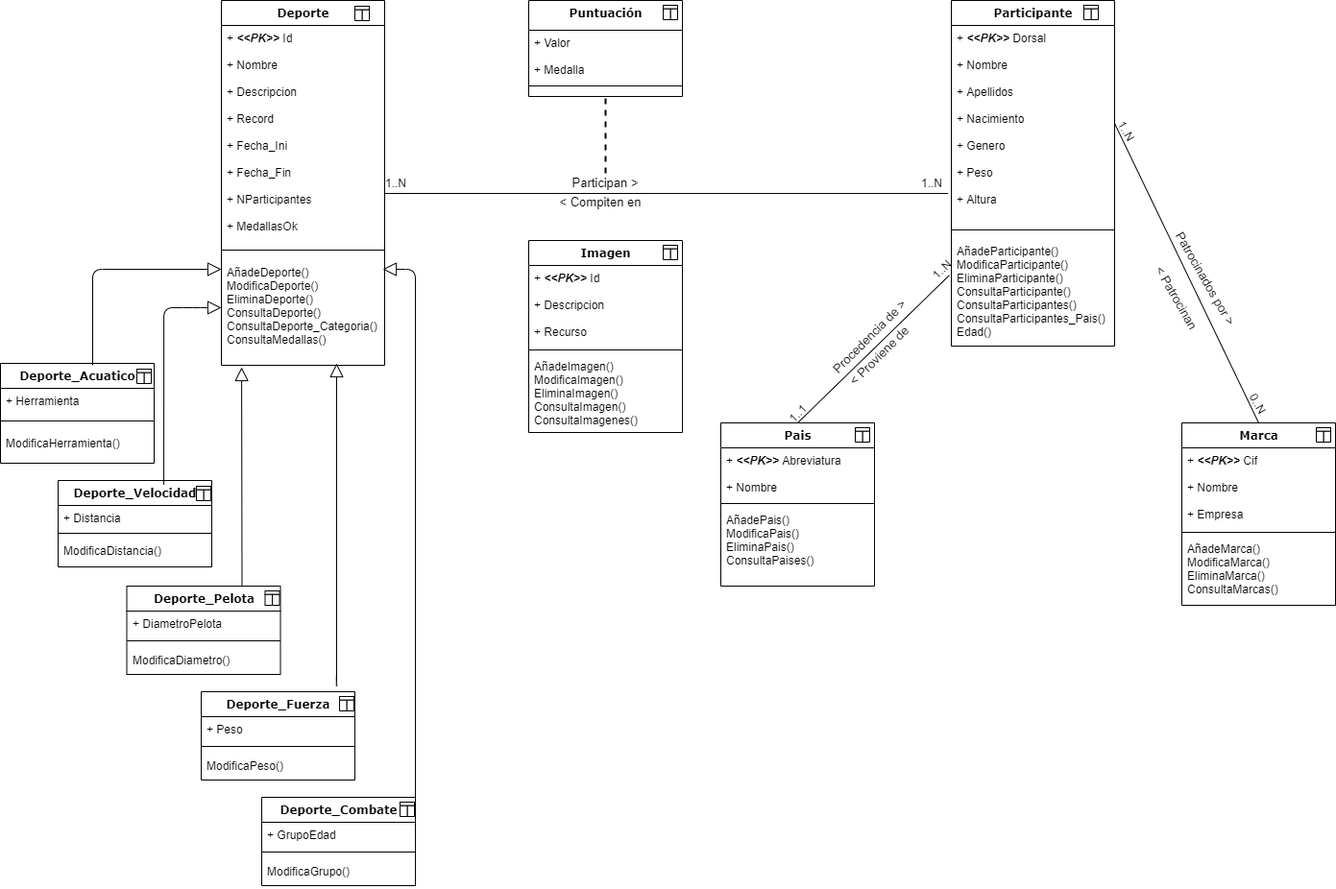
Earlier version of the draw.io export Documentacion/TABD_DiagramaClasesPersistentes.png (Booker141/Olimpicapp). Source tidied: cells renumbered, new cells last; positions are measured from the earlier drawing's top-left corner, leaving out a move shared by most shapes.
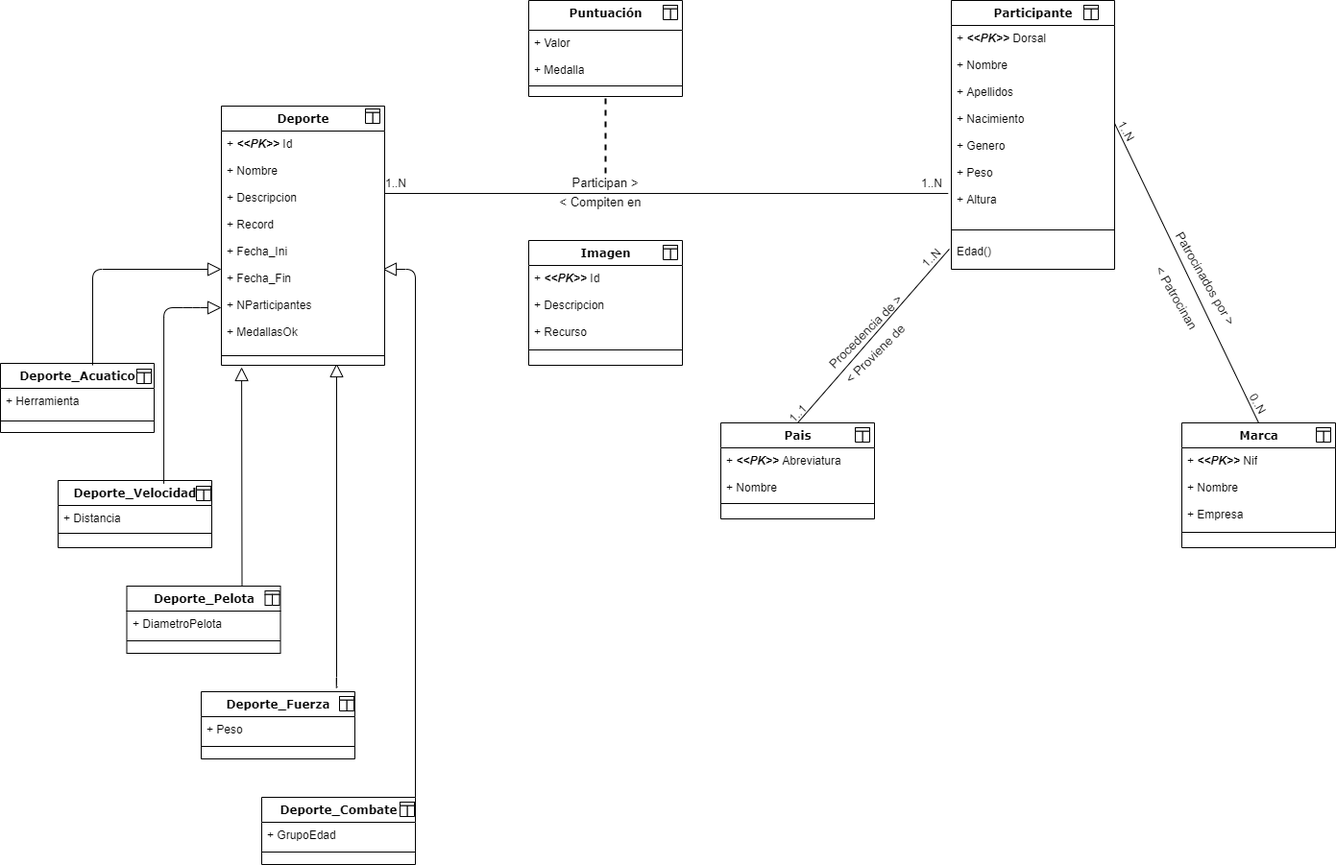
After the commit.

Change to the diagram source:
```diff
@@ -5,3 +5,3 @@
     <mxCell id="2" value="Participante" style="swimlane;html=1;fontStyle=1;align=center;verticalAlign=top;horizontal=1;startSize=26;swimlaneFillColor=#ffffff;rounded=0;shadow=0;comic=0;labelBackgroundColor=none;strokeWidth=1;fillColor=none;fontFamily=Verdana;fontSize=12;" parent="1" vertex="1">
-      <mxGeometry x="990" width="170" height="360" as="geometry" />
+      <mxGeometry x="990" width="170" height="280" as="geometry" />
     </mxCell>
@@ -13,7 +13,7 @@
     </mxCell>
-    <mxCell id="5" value="AñadeParticipante()&lt;br&gt;ModificaParticipante()&lt;br&gt;EliminaParticipante()&lt;br&gt;ConsultaParticipante()&lt;br&gt;ConsultaParticipantes()&lt;br&gt;ConsultaParticipantes_Pais()&lt;br&gt;Edad()" style="text;html=1;strokeColor=none;fillColor=none;align=left;verticalAlign=top;spacingLeft=4;spacingRight=4;whiteSpace=wrap;overflow=hidden;points=[[0,0.5],[1,0.5]];portConstraint=eastwest;" parent="2" vertex="1">
-      <mxGeometry y="248" width="170" height="112" as="geometry" />
+    <mxCell id="5" value="Edad()" style="text;html=1;strokeColor=none;fillColor=none;align=left;verticalAlign=top;spacingLeft=4;spacingRight=4;whiteSpace=wrap;overflow=hidden;points=[[0,0.5],[1,0.5]];portConstraint=eastwest;" parent="2" vertex="1">
+      <mxGeometry y="248" width="170" height="32" as="geometry" />
     </mxCell>
     <mxCell id="6" value="Pais" style="swimlane;html=1;fontStyle=1;align=center;verticalAlign=top;horizontal=1;startSize=26;swimlaneFillColor=#ffffff;rounded=0;shadow=0;comic=0;labelBackgroundColor=none;strokeWidth=1;fillColor=none;fontFamily=Verdana;fontSize=12;" parent="1" vertex="1">
-      <mxGeometry x="750" y="440" width="160" height="170" as="geometry" />
+      <mxGeometry x="750" y="440" width="160" height="100" as="geometry" />
     </mxCell>
@@ -25,9 +25,6 @@
     </mxCell>
-    <mxCell id="9" value="AñadePais()&lt;br&gt;ModificaPais()&lt;br&gt;EliminaPais()&lt;br&gt;ConsultaPaises()" style="text;html=1;strokeColor=none;fillColor=none;align=left;verticalAlign=top;spacingLeft=4;spacingRight=4;whiteSpace=wrap;overflow=hidden;" parent="6" vertex="1">
-      <mxGeometry y="88" width="160" height="72" as="geometry" />
-    </mxCell>
     <mxCell id="10" value="Marca" style="swimlane;html=1;fontStyle=1;align=center;verticalAlign=top;horizontal=1;startSize=26;swimlaneFillColor=#ffffff;rounded=0;shadow=0;comic=0;labelBackgroundColor=none;strokeWidth=1;fillColor=none;fontFamily=Verdana;fontSize=12;" parent="1" vertex="1">
-      <mxGeometry x="1230" y="440" width="160" height="190" as="geometry" />
+      <mxGeometry x="1230" y="440" width="160" height="130" as="geometry" />
     </mxCell>
-    <mxCell id="11" value="+ &lt;i&gt;&lt;b&gt;&amp;lt;&amp;lt;PK&amp;gt;&amp;gt;&lt;/b&gt;&lt;/i&gt; Cif&lt;br&gt;&lt;br&gt;+ Nombre&lt;br&gt;&lt;br&gt;+ Empresa" style="text;html=1;strokeColor=none;fillColor=none;align=left;verticalAlign=top;spacingLeft=4;spacingRight=4;whiteSpace=wrap;overflow=hidden;" parent="10" vertex="1">
+    <mxCell id="11" value="+ &lt;i&gt;&lt;b&gt;&amp;lt;&amp;lt;PK&amp;gt;&amp;gt;&lt;/b&gt;&lt;/i&gt;&amp;nbsp;Nif&lt;br&gt;&lt;br&gt;+ Nombre&lt;br&gt;&lt;br&gt;+ Empresa" style="text;html=1;strokeColor=none;fillColor=none;align=left;verticalAlign=top;spacingLeft=4;spacingRight=4;whiteSpace=wrap;overflow=hidden;" parent="10" vertex="1">
       <mxGeometry y="26" width="160" height="84" as="geometry" />
@@ -37,5 +34,2 @@
     </mxCell>
-    <mxCell id="13" value="AñadeMarca()&lt;br&gt;ModificaMarca()&lt;br&gt;EliminaMarca()&lt;br&gt;ConsultaMarcas()" style="text;html=1;strokeColor=none;fillColor=none;align=left;verticalAlign=top;spacingLeft=4;spacingRight=4;whiteSpace=wrap;overflow=hidden;" parent="10" vertex="1">
-      <mxGeometry y="118" width="160" height="72" as="geometry" />
-    </mxCell>
     <mxCell id="14" style="endArrow=none;html=1;entryX=-0.019;entryY=0.858;entryDx=0;entryDy=0;entryPerimeter=0;" parent="1" edge="1" target="3">
@@ -58,6 +52,6 @@
     <mxCell id="19" value="&lt;font style=&quot;font-size: 13px&quot;&gt;Procedencia de &amp;gt;&lt;/font&gt;" style="text;html=1;strokeColor=none;fillColor=none;align=center;verticalAlign=middle;whiteSpace=wrap;rounded=0;rotation=-45;" parent="1" vertex="1">
-      <mxGeometry x="840" y="340" width="130" height="20" as="geometry" />
+      <mxGeometry x="836" y="335" width="130" height="20" as="geometry" />
     </mxCell>
     <mxCell id="20" value="&lt;font style=&quot;font-size: 13px&quot;&gt;&amp;lt; Proviene de&lt;/font&gt;" style="text;html=1;strokeColor=none;fillColor=none;align=center;verticalAlign=middle;whiteSpace=wrap;rounded=0;rotation=-45;" parent="1" vertex="1">
-      <mxGeometry x="850" y="360" width="130" height="20" as="geometry" />
+      <mxGeometry x="846" y="358" width="130" height="20" as="geometry" />
     </mxCell>
@@ -70,3 +64,3 @@
     <mxCell id="23" value="Imagen" style="swimlane;html=1;fontStyle=1;align=center;verticalAlign=top;horizontal=1;startSize=26;swimlaneFillColor=#ffffff;rounded=0;shadow=0;comic=0;labelBackgroundColor=none;strokeWidth=1;fillColor=none;fontFamily=Verdana;fontSize=12;" parent="1" vertex="1">
-      <mxGeometry x="550" y="250" width="160" height="200" as="geometry" />
+      <mxGeometry x="550" y="250" width="160" height="130" as="geometry" />
     </mxCell>
@@ -78,5 +72,2 @@
     </mxCell>
-    <mxCell id="26" value="AñadeImagen()&lt;br&gt;ModificaImagen()&lt;br&gt;EliminaImagen()&lt;br&gt;ConsultaImagen()&lt;br&gt;ConsultaImagenes()" style="text;html=1;strokeColor=none;fillColor=none;align=left;verticalAlign=top;spacingLeft=4;spacingRight=4;whiteSpace=wrap;overflow=hidden;" parent="23" vertex="1">
-      <mxGeometry y="118" width="160" height="82" as="geometry" />
-    </mxCell>
     <mxCell id="27" value="0..N" style="text;html=1;strokeColor=none;fillColor=none;align=center;verticalAlign=middle;whiteSpace=wrap;rounded=0;rotation=60;" parent="1" vertex="1">
@@ -97,3 +88,3 @@
     <mxCell id="32" value="1..N" style="text;html=1;strokeColor=none;fillColor=none;align=center;verticalAlign=middle;whiteSpace=wrap;rounded=0;rotation=-45;" parent="1" vertex="1">
-      <mxGeometry x="960" y="270" width="40" height="20" as="geometry" />
+      <mxGeometry x="949" y="258" width="40" height="20" as="geometry" />
     </mxCell>
@@ -137,14 +128,2 @@
     </mxCell>
-    <mxCell id="45" style="group;" parent="1" vertex="1">
-      <mxGeometry x="369" y="6" width="15" height="15" as="geometry" />
-    </mxCell>
-    <mxCell id="46" style="verticalLabelPosition=bottom;verticalAlign=top;html=1;shape=mxgraph.basic.rect;fillColor2=none;strokeWidth=1;size=20;indent=5;" parent="45" vertex="1">
-      <mxGeometry width="15" height="3.8" as="geometry" />
-    </mxCell>
-    <mxCell id="47" style="verticalLabelPosition=bottom;verticalAlign=top;html=1;shape=mxgraph.basic.rect;fillColor2=none;strokeWidth=1;size=20;indent=5;direction=south;" parent="45" vertex="1">
-      <mxGeometry x="7.5" y="3.8" width="7.5" height="11.2" as="geometry" />
-    </mxCell>
-    <mxCell id="48" style="verticalLabelPosition=bottom;verticalAlign=top;html=1;shape=mxgraph.basic.rect;fillColor2=none;strokeWidth=1;size=20;indent=5;direction=south;" parent="45" vertex="1">
-      <mxGeometry y="3.8" width="7.5" height="11.2" as="geometry" />
-    </mxCell>
     <mxCell id="49" style="group;" parent="1" vertex="1">
@@ -185,14 +164,2 @@
     </mxCell>
-    <mxCell id="61" value="Deporte" style="swimlane;html=1;fontStyle=1;align=center;verticalAlign=top;horizontal=1;startSize=26;swimlaneFillColor=#ffffff;rounded=0;shadow=0;comic=0;labelBackgroundColor=none;strokeWidth=1;fillColor=none;fontFamily=Verdana;fontSize=12;" parent="1" vertex="1">
-      <mxGeometry x="230" width="170" height="380" as="geometry" />
-    </mxCell>
-    <mxCell id="62" value="+ &lt;i&gt;&lt;b&gt;&amp;lt;&amp;lt;PK&amp;gt;&amp;gt;&lt;/b&gt;&lt;/i&gt; Id&lt;br&gt;&lt;br&gt;+ Nombre&lt;br&gt;&lt;br&gt;+ Descripcion&lt;br&gt;&lt;br&gt;+ Record&lt;br&gt;&lt;br&gt;+ Fecha_Ini&lt;br&gt;&lt;br&gt;+ Fecha_Fin&lt;br&gt;&lt;br&gt;+ NParticipantes&lt;br&gt;&lt;br&gt;+ MedallasOk" style="text;html=1;strokeColor=none;fillColor=none;align=left;verticalAlign=top;spacingLeft=4;spacingRight=4;whiteSpace=wrap;overflow=hidden;" parent="61" vertex="1">
-      <mxGeometry y="26" width="170" height="224" as="geometry" />
-    </mxCell>
-    <mxCell id="63" style="line;html=1;strokeWidth=1;fillColor=none;align=left;verticalAlign=middle;spacingTop=-1;spacingLeft=3;spacingRight=3;labelPosition=right;" parent="61" vertex="1">
-      <mxGeometry y="250" width="170" height="20" as="geometry" />
-    </mxCell>
-    <mxCell id="64" value="AñadeDeporte()&lt;br&gt;ModificaDeporte()&lt;br&gt;EliminaDeporte()&lt;br&gt;ConsultaDeporte()&lt;br&gt;ConsultaDeporte_Categoria()&lt;br&gt;ConsultaMedallas()" style="text;html=1;strokeColor=none;fillColor=none;align=left;verticalAlign=top;spacingLeft=4;spacingRight=4;whiteSpace=wrap;overflow=hidden;points=[[0,0.5],[1,0.5]];portConstraint=eastwest;" parent="61" vertex="1">
-      <mxGeometry y="270" width="170" height="110" as="geometry" />
-    </mxCell>
     <mxCell id="65" style="edgeStyle=segmentEdgeStyle;endArrow=block;html=1;strokeWidth=1;endFill=0;strokeColor=#000000;jumpSize=6;endSize=12;" parent="1" edge="1">
@@ -241,3 +208,3 @@
     <mxCell id="75" style="group;" parent="1" vertex="1">
-      <mxGeometry x="131.5" y="610" width="160" height="43" as="geometry" />
+      <mxGeometry x="131.5" y="610" width="160" height="70" as="geometry" />
     </mxCell>
@@ -256,3 +223,3 @@
     <mxCell id="80" value="Deporte_Pelota" style="swimlane;html=1;fontStyle=1;align=center;verticalAlign=top;horizontal=1;startSize=26;swimlaneFillColor=#ffffff;rounded=0;shadow=0;comic=0;labelBackgroundColor=none;strokeWidth=1;fillColor=none;fontFamily=Verdana;fontSize=12;" parent="75" vertex="1">
-      <mxGeometry width="160" height="92" as="geometry" />
+      <mxGeometry width="160" height="70" as="geometry" />
     </mxCell>
@@ -264,10 +231,9 @@
     </mxCell>
-    <mxCell id="83" value="ModificaDiametro()" style="text;html=1;strokeColor=none;fillColor=none;align=left;verticalAlign=top;spacingLeft=4;spacingRight=4;whiteSpace=wrap;overflow=hidden;" parent="80" vertex="1">
-      <mxGeometry y="64" width="160" height="28" as="geometry" />
-    </mxCell>
-    <mxCell id="84" style="edgeStyle=segmentEdgeStyle;endArrow=block;html=1;strokeWidth=1;endFill=0;strokeColor=#000000;jumpSize=6;endSize=12;exitX=0.75;exitY=0;exitDx=0;exitDy=0;entryX=0.124;entryY=1.018;entryDx=0;entryDy=0;entryPerimeter=0;" parent="1" edge="1" source="80" target="64">
-      <mxGeometry relative="1" as="geometry" />
+    <mxCell id="84" style="edgeStyle=segmentEdgeStyle;endArrow=block;html=1;strokeWidth=1;endFill=0;strokeColor=#000000;jumpSize=6;endSize=12;exitX=0.75;exitY=0;exitDx=0;exitDy=0;entryX=0.124;entryY=1.018;entryDx=0;entryDy=0;entryPerimeter=0;" parent="1" edge="1" source="80">
+      <mxGeometry relative="1" as="geometry">
+        <mxPoint x="251.1" y="382" as="targetPoint" />
+      </mxGeometry>
     </mxCell>
     <mxCell id="85" style="group;" parent="1" vertex="1">
-      <mxGeometry x="209" y="720" width="160" height="43" as="geometry" />
+      <mxGeometry x="209" y="720" width="160" height="70" as="geometry" />
     </mxCell>
@@ -286,3 +252,3 @@
     <mxCell id="90" value="Deporte_Fuerza" style="swimlane;html=1;fontStyle=1;align=center;verticalAlign=top;horizontal=1;startSize=26;swimlaneFillColor=#ffffff;rounded=0;shadow=0;comic=0;labelBackgroundColor=none;strokeWidth=1;fillColor=none;fontFamily=Verdana;fontSize=12;" parent="85" vertex="1">
-      <mxGeometry width="160" height="92" as="geometry" />
+      <mxGeometry width="160" height="70" as="geometry" />
     </mxCell>
@@ -294,7 +260,4 @@
     </mxCell>
-    <mxCell id="93" value="ModificaPeso()" style="text;html=1;strokeColor=none;fillColor=none;align=left;verticalAlign=top;spacingLeft=4;spacingRight=4;whiteSpace=wrap;overflow=hidden;" parent="90" vertex="1">
-      <mxGeometry y="64" width="160" height="28" as="geometry" />
-    </mxCell>
     <mxCell id="94" style="group;" parent="1" vertex="1">
-      <mxGeometry x="272" y="830" width="160" height="43" as="geometry" />
+      <mxGeometry x="272" y="830" width="160" height="70" as="geometry" />
     </mxCell>
@@ -313,3 +276,3 @@
     <mxCell id="99" value="Deporte_Combate" style="swimlane;html=1;fontStyle=1;align=center;verticalAlign=top;horizontal=1;startSize=26;swimlaneFillColor=#ffffff;rounded=0;shadow=0;comic=0;labelBackgroundColor=none;strokeWidth=1;fillColor=none;fontFamily=Verdana;fontSize=12;" parent="94" vertex="1">
-      <mxGeometry width="160" height="92" as="geometry" />
+      <mxGeometry width="160" height="70" as="geometry" />
     </mxCell>
@@ -321,5 +284,2 @@
     </mxCell>
-    <mxCell id="102" value="ModificaGrupo()" style="text;html=1;strokeColor=none;fillColor=none;align=left;verticalAlign=top;spacingLeft=4;spacingRight=4;whiteSpace=wrap;overflow=hidden;" parent="99" vertex="1">
-      <mxGeometry y="64" width="160" height="28" as="geometry" />
-    </mxCell>
     <mxCell id="103" style="edgeStyle=segmentEdgeStyle;endArrow=block;html=1;strokeWidth=1;endFill=0;strokeColor=#000000;jumpSize=6;endSize=12;exitX=1;exitY=0;exitDx=0;exitDy=0;" parent="1" edge="1" source="99">
@@ -333,3 +293,3 @@
     <mxCell id="104" value="Deporte_Acuatico" style="swimlane;html=1;fontStyle=1;align=center;verticalAlign=top;horizontal=1;startSize=26;swimlaneFillColor=#ffffff;rounded=0;shadow=0;comic=0;labelBackgroundColor=none;strokeWidth=1;fillColor=none;fontFamily=Verdana;fontSize=12;" parent="1" vertex="1">
-      <mxGeometry y="378" width="160" height="104" as="geometry" />
+      <mxGeometry y="378" width="160" height="72" as="geometry" />
     </mxCell>
@@ -341,7 +301,4 @@
     </mxCell>
-    <mxCell id="107" value="ModificaHerramienta()" style="text;html=1;strokeColor=none;fillColor=none;align=left;verticalAlign=top;spacingLeft=4;spacingRight=4;whiteSpace=wrap;overflow=hidden;" parent="104" vertex="1">
-      <mxGeometry y="70" width="160" height="34" as="geometry" />
-    </mxCell>
     <mxCell id="108" value="Deporte_Velocidad" style="swimlane;html=1;fontStyle=1;align=center;verticalAlign=top;horizontal=1;startSize=26;swimlaneFillColor=#ffffff;rounded=0;shadow=0;comic=0;labelBackgroundColor=none;strokeWidth=1;fillColor=none;fontFamily=Verdana;fontSize=12;" parent="1" vertex="1">
-      <mxGeometry x="60" y="500" width="160" height="90" as="geometry" />
+      <mxGeometry x="60" y="500" width="160" height="70" as="geometry" />
     </mxCell>
@@ -353,5 +310,2 @@
     </mxCell>
-    <mxCell id="111" value="ModificaDistancia()" style="text;html=1;strokeColor=none;fillColor=none;align=left;verticalAlign=top;spacingLeft=4;spacingRight=4;whiteSpace=wrap;overflow=hidden;" parent="108" vertex="1">
-      <mxGeometry y="60" width="160" height="28" as="geometry" />
-    </mxCell>
     <mxCell id="112" style="edgeStyle=segmentEdgeStyle;endArrow=block;html=1;strokeWidth=1;endFill=0;strokeColor=#000000;jumpSize=6;endSize=12;exitX=0.888;exitY=-0.07;exitDx=0;exitDy=0;entryX=0.124;entryY=1.018;entryDx=0;entryDy=0;entryPerimeter=0;exitPerimeter=0;" parent="1" edge="1" source="90">
@@ -361,2 +315,26 @@
     </mxCell>
+    <mxCell id="113" style="group;" parent="1" vertex="1">
+      <mxGeometry x="230" y="110" width="170" height="270" as="geometry" />
+    </mxCell>
+    <mxCell id="45" style="group;" parent="113" vertex="1">
+      <mxGeometry x="150" y="3" width="15" height="15" as="geometry" />
+    </mxCell>
+    <mxCell id="46" style="verticalLabelPosition=bottom;verticalAlign=top;html=1;shape=mxgraph.basic.rect;fillColor2=none;strokeWidth=1;size=20;indent=5;" parent="45" vertex="1">
+      <mxGeometry width="15" height="3.8" as="geometry" />
+    </mxCell>
+    <mxCell id="47" style="verticalLabelPosition=bottom;verticalAlign=top;html=1;shape=mxgraph.basic.rect;fillColor2=none;strokeWidth=1;size=20;indent=5;direction=south;" parent="45" vertex="1">
+      <mxGeometry x="7.5" y="3.8" width="7.5" height="11.2" as="geometry" />
+    </mxCell>
+    <mxCell id="48" style="verticalLabelPosition=bottom;verticalAlign=top;html=1;shape=mxgraph.basic.rect;fillColor2=none;strokeWidth=1;size=20;indent=5;direction=south;" parent="45" vertex="1">
+      <mxGeometry y="3.8" width="7.5" height="11.2" as="geometry" />
+    </mxCell>
+    <mxCell id="61" value="Deporte" style="swimlane;html=1;fontStyle=1;align=center;verticalAlign=top;horizontal=1;startSize=26;swimlaneFillColor=#ffffff;rounded=0;shadow=0;comic=0;labelBackgroundColor=none;strokeWidth=1;fillColor=none;fontFamily=Verdana;fontSize=12;" parent="113" vertex="1">
+      <mxGeometry width="170" height="270" as="geometry" />
+    </mxCell>
+    <mxCell id="62" value="+ &lt;i&gt;&lt;b&gt;&amp;lt;&amp;lt;PK&amp;gt;&amp;gt;&lt;/b&gt;&lt;/i&gt; Id&lt;br&gt;&lt;br&gt;+ Nombre&lt;br&gt;&lt;br&gt;+ Descripcion&lt;br&gt;&lt;br&gt;+ Record&lt;br&gt;&lt;br&gt;+ Fecha_Ini&lt;br&gt;&lt;br&gt;+ Fecha_Fin&lt;br&gt;&lt;br&gt;+ NParticipantes&lt;br&gt;&lt;br&gt;+ MedallasOk" style="text;html=1;strokeColor=none;fillColor=none;align=left;verticalAlign=top;spacingLeft=4;spacingRight=4;whiteSpace=wrap;overflow=hidden;" parent="61" vertex="1">
+      <mxGeometry y="26" width="170" height="224" as="geometry" />
+    </mxCell>
+    <mxCell id="63" style="line;html=1;strokeWidth=1;fillColor=none;align=left;verticalAlign=middle;spacingTop=-1;spacingLeft=3;spacingRight=3;labelPosition=right;" parent="61" vertex="1">
+      <mxGeometry y="250" width="170" height="20" as="geometry" />
+    </mxCell>
   </root>
```
